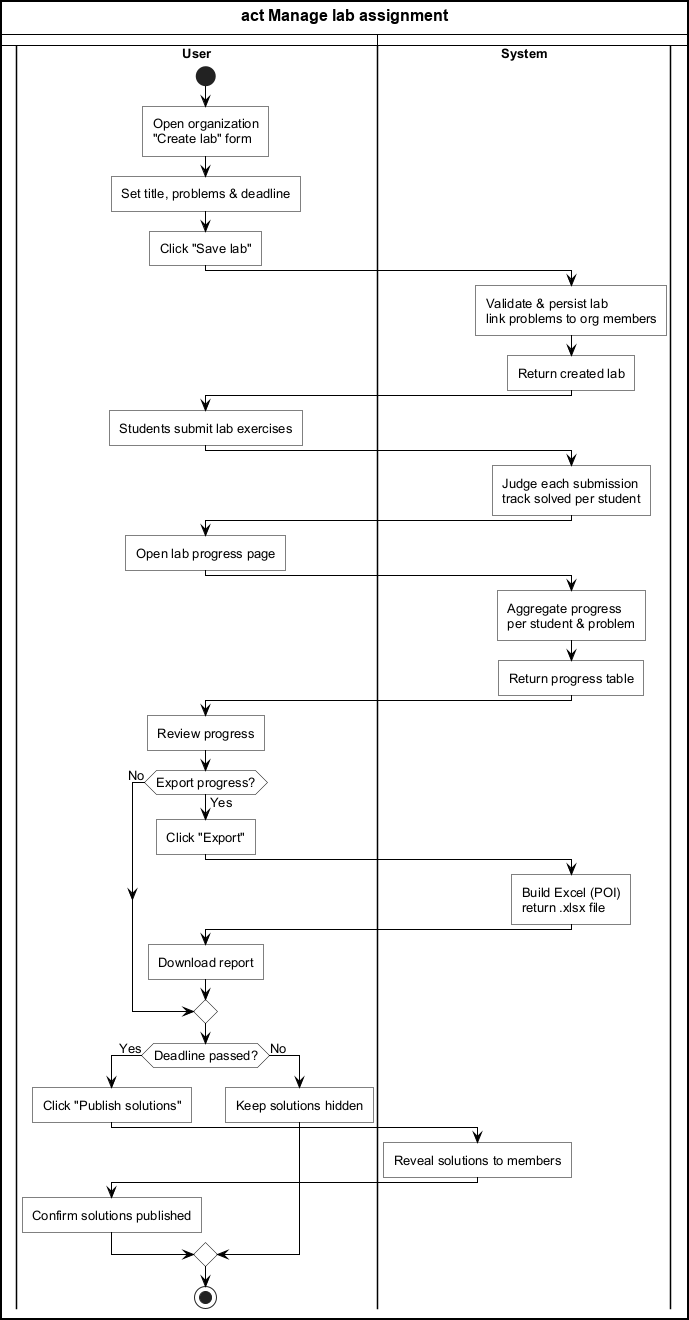
Before: Thesis/final/figures/activity-manage-lab.png, a diagram exported from PlantUML (InfiniteGosi/TDTUOJ). Its source is kept beside it as Thesis/final/figures/activity-manage-lab.puml.
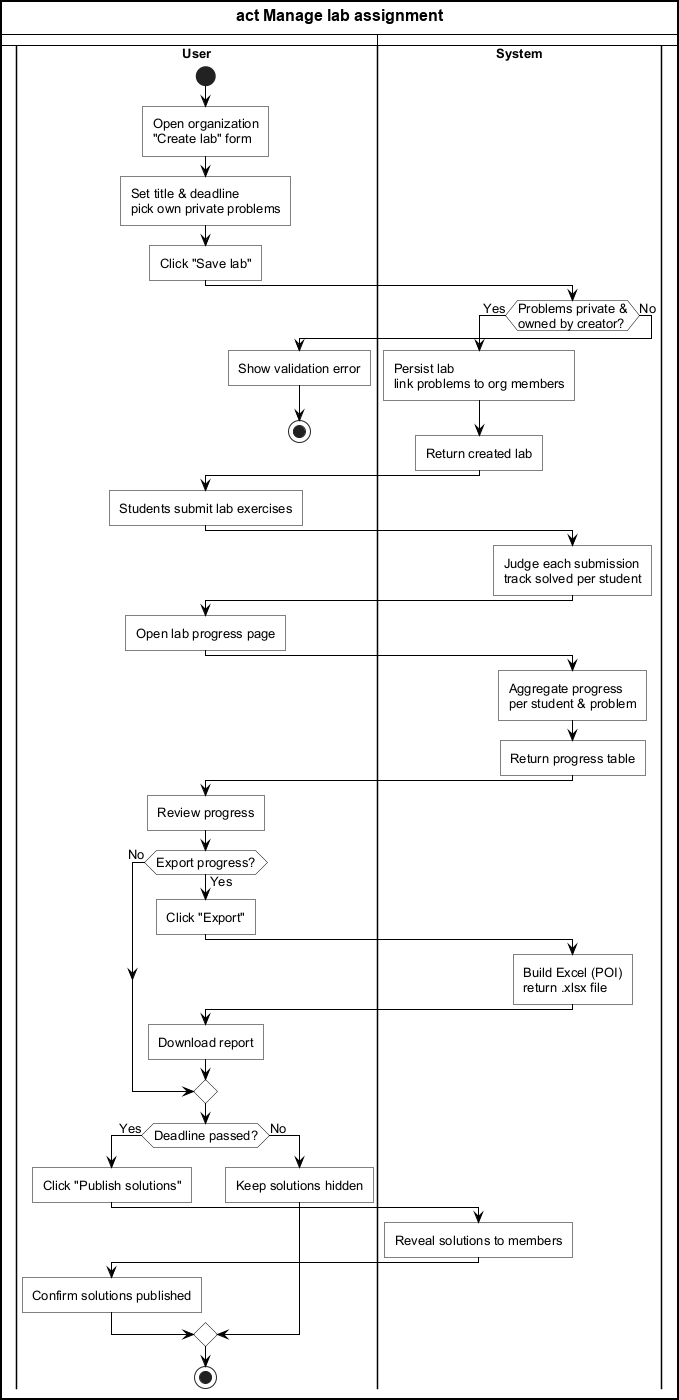
The same file after the commit.

Diff of the diagram source:
```diff
@@ -15,11 +15,17 @@
 |User|
 start
 :Open organization\n"Create lab" form;
-:Set title, problems & deadline;
+:Set title & deadline\npick own private problems;
 :Click "Save lab";
 |System|
-:Validate & persist lab\nlink problems to org members;
-:Return created lab;
+if (Problems private &\nowned by creator?) then (Yes)
+  :Persist lab\nlink problems to org members;
+  :Return created lab;
+else (No)
+  |User|
+  :Show validation error;
+  stop
+endif
 
 |User|
 :Students submit lab exercises;
```
